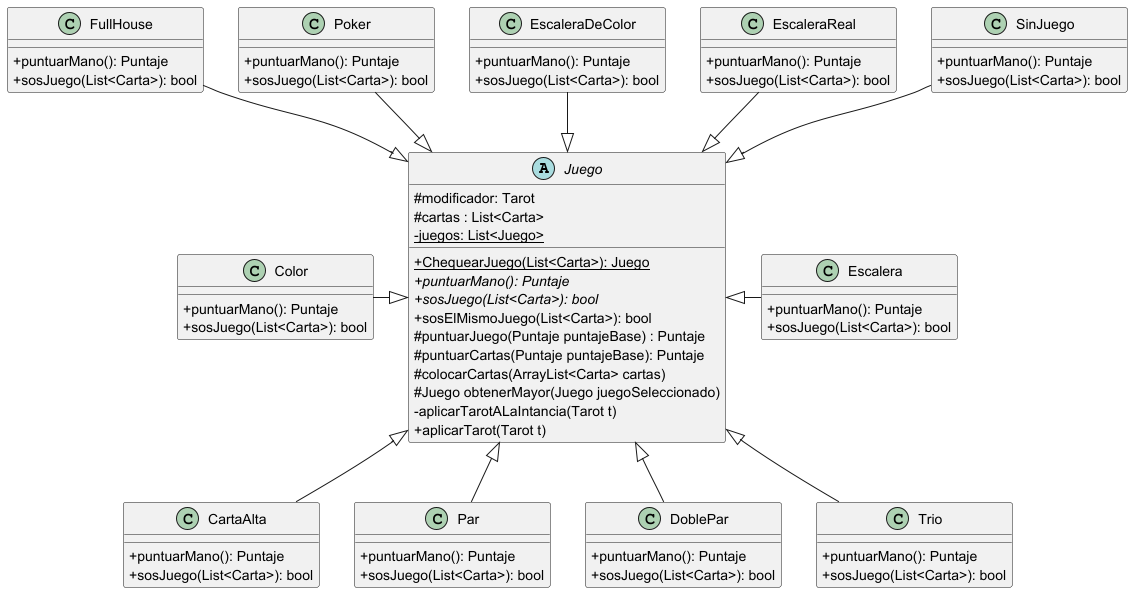
This is diagrams/classes/Juego.png from facukresta/g06-tp2-2c-2024, a PlantUML export, as it was before one commit. The source it was exported from:
```plantuml
@startuml Juego
skinparam classAttributeIconSize 0

abstract Juego {
#modificador: Tarot
#cartas : List<Carta>
-{static}juegos: List<Juego>
+{static}ChequearJuego(List<Carta>): Juego
+{abstract}puntuarMano(): Puntaje
+{abstract}sosJuego(List<Carta>): bool
+sosElMismoJuego(List<Carta>): bool
#puntuarJuego(Puntaje puntajeBase) : Puntaje
#puntuarCartas(Puntaje puntajeBase): Puntaje
#colocarCartas(ArrayList<Carta> cartas)
#Juego obtenerMayor(Juego juegoSeleccionado)
-aplicarTarotALaIntancia(Tarot t)
+aplicarTarot(Tarot t)
}

class CartaAlta {
+puntuarMano(): Puntaje
+sosJuego(List<Carta>): bool
}

class Par {
+puntuarMano(): Puntaje
+sosJuego(List<Carta>): bool
}

class DoblePar {
+puntuarMano(): Puntaje
+sosJuego(List<Carta>): bool
}

class Trio {
+puntuarMano(): Puntaje
+sosJuego(List<Carta>): bool
}

class Escalera {
+puntuarMano(): Puntaje
+sosJuego(List<Carta>): bool
}

class Color {
+puntuarMano(): Puntaje
+sosJuego(List<Carta>): bool
}

class FullHouse {
+puntuarMano(): Puntaje
+sosJuego(List<Carta>): bool
}

class Poker {
+puntuarMano(): Puntaje
+sosJuego(List<Carta>): bool
}

class EscaleraDeColor {
+puntuarMano(): Puntaje
+sosJuego(List<Carta>): bool
}

class EscaleraReal  {
+puntuarMano(): Puntaje
+sosJuego(List<Carta>): bool
}

class SinJuego  {
+puntuarMano(): Puntaje
+sosJuego(List<Carta>): bool
}

CartaAlta -up-|> Juego
Par -up-|> Juego
DoblePar -up-|> Juego
Trio -up-|> Juego
Escalera -left-|> Juego
SinJuego --|> Juego
Color -right-|> Juego
FullHouse -down-|> Juego
Poker -down-|> Juego
EscaleraDeColor -down-|> Juego
EscaleraReal -down-|> Juego


@enduml
```
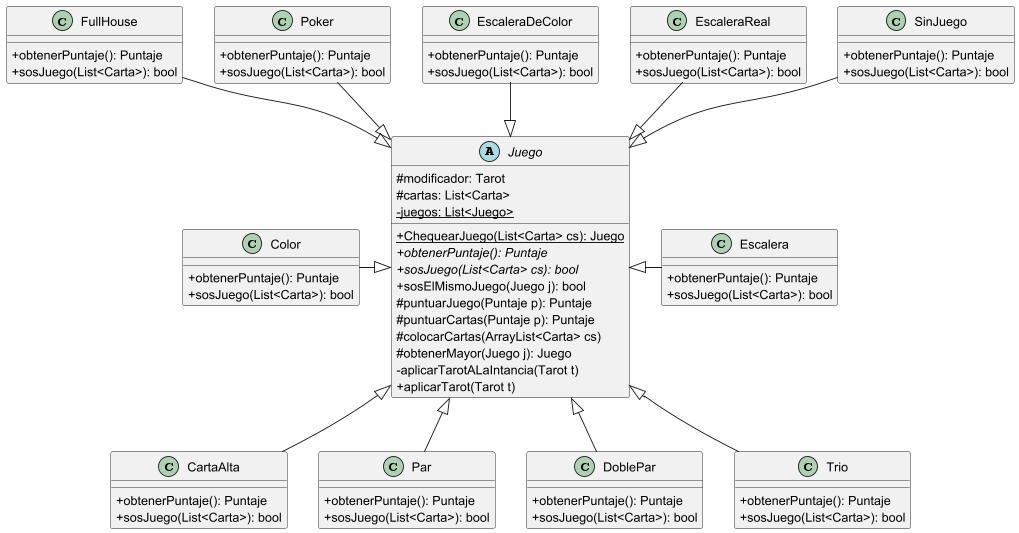
Later version of the same file.

What changed in the source:
```diff
@@ -3,72 +3,72 @@
 
 abstract Juego {
 #modificador: Tarot
-#cartas : List<Carta>
+#cartas: List<Carta>
 -{static}juegos: List<Juego>
-+{static}ChequearJuego(List<Carta>): Juego
-+{abstract}puntuarMano(): Puntaje
-+{abstract}sosJuego(List<Carta>): bool
-+sosElMismoJuego(List<Carta>): bool
-#puntuarJuego(Puntaje puntajeBase) : Puntaje
-#puntuarCartas(Puntaje puntajeBase): Puntaje
-#colocarCartas(ArrayList<Carta> cartas)
-#Juego obtenerMayor(Juego juegoSeleccionado)
++{static}ChequearJuego(List<Carta> cs): Juego
++{abstract}obtenerPuntaje(): Puntaje
++{abstract}sosJuego(List<Carta> cs): bool
++sosElMismoJuego(Juego j): bool
+#puntuarJuego(Puntaje p): Puntaje
+#puntuarCartas(Puntaje p): Puntaje
+#colocarCartas(ArrayList<Carta> cs)
+#obtenerMayor(Juego j): Juego
 -aplicarTarotALaIntancia(Tarot t)
 +aplicarTarot(Tarot t)
 }
 
 class CartaAlta {
-+puntuarMano(): Puntaje
++obtenerPuntaje(): Puntaje
 +sosJuego(List<Carta>): bool
 }
 
 class Par {
-+puntuarMano(): Puntaje
++obtenerPuntaje(): Puntaje
 +sosJuego(List<Carta>): bool
 }
 
 class DoblePar {
-+puntuarMano(): Puntaje
++obtenerPuntaje(): Puntaje
 +sosJuego(List<Carta>): bool
 }
 
 class Trio {
-+puntuarMano(): Puntaje
++obtenerPuntaje(): Puntaje
 +sosJuego(List<Carta>): bool
 }
 
 class Escalera {
-+puntuarMano(): Puntaje
++obtenerPuntaje(): Puntaje
 +sosJuego(List<Carta>): bool
 }
 
 class Color {
-+puntuarMano(): Puntaje
++obtenerPuntaje(): Puntaje
 +sosJuego(List<Carta>): bool
 }
 
 class FullHouse {
-+puntuarMano(): Puntaje
++obtenerPuntaje(): Puntaje
 +sosJuego(List<Carta>): bool
 }
 
 class Poker {
-+puntuarMano(): Puntaje
++obtenerPuntaje(): Puntaje
 +sosJuego(List<Carta>): bool
 }
 
 class EscaleraDeColor {
-+puntuarMano(): Puntaje
++obtenerPuntaje(): Puntaje
 +sosJuego(List<Carta>): bool
 }
 
 class EscaleraReal  {
-+puntuarMano(): Puntaje
++obtenerPuntaje(): Puntaje
 +sosJuego(List<Carta>): bool
 }
 
 class SinJuego  {
-+puntuarMano(): Puntaje
++obtenerPuntaje(): Puntaje
 +sosJuego(List<Carta>): bool
 }
 
```
